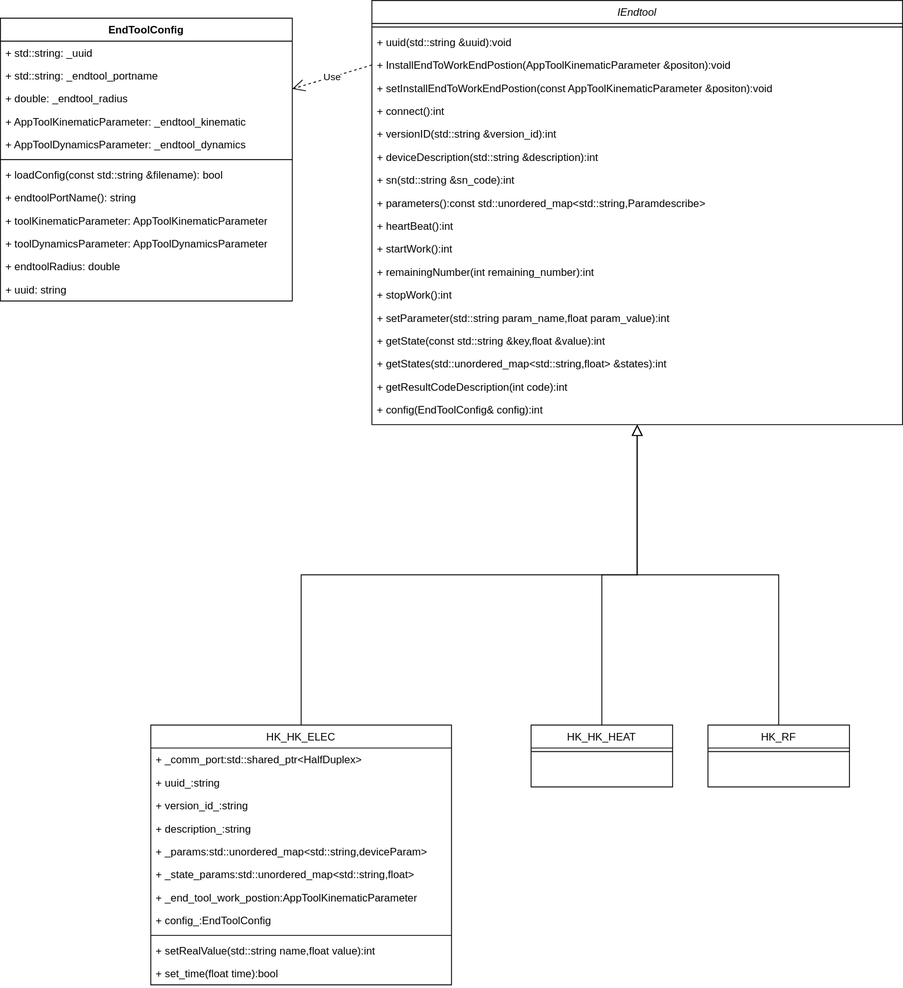
Durpe/Drawio keeps this draw.io diagram as 理疗/理疗末端rpc服务.svg. Above is the earlier version. Source tidied: cells renumbered, new cells last; positions are measured from the earlier drawing's top-left corner, leaving out a move shared by most shapes.
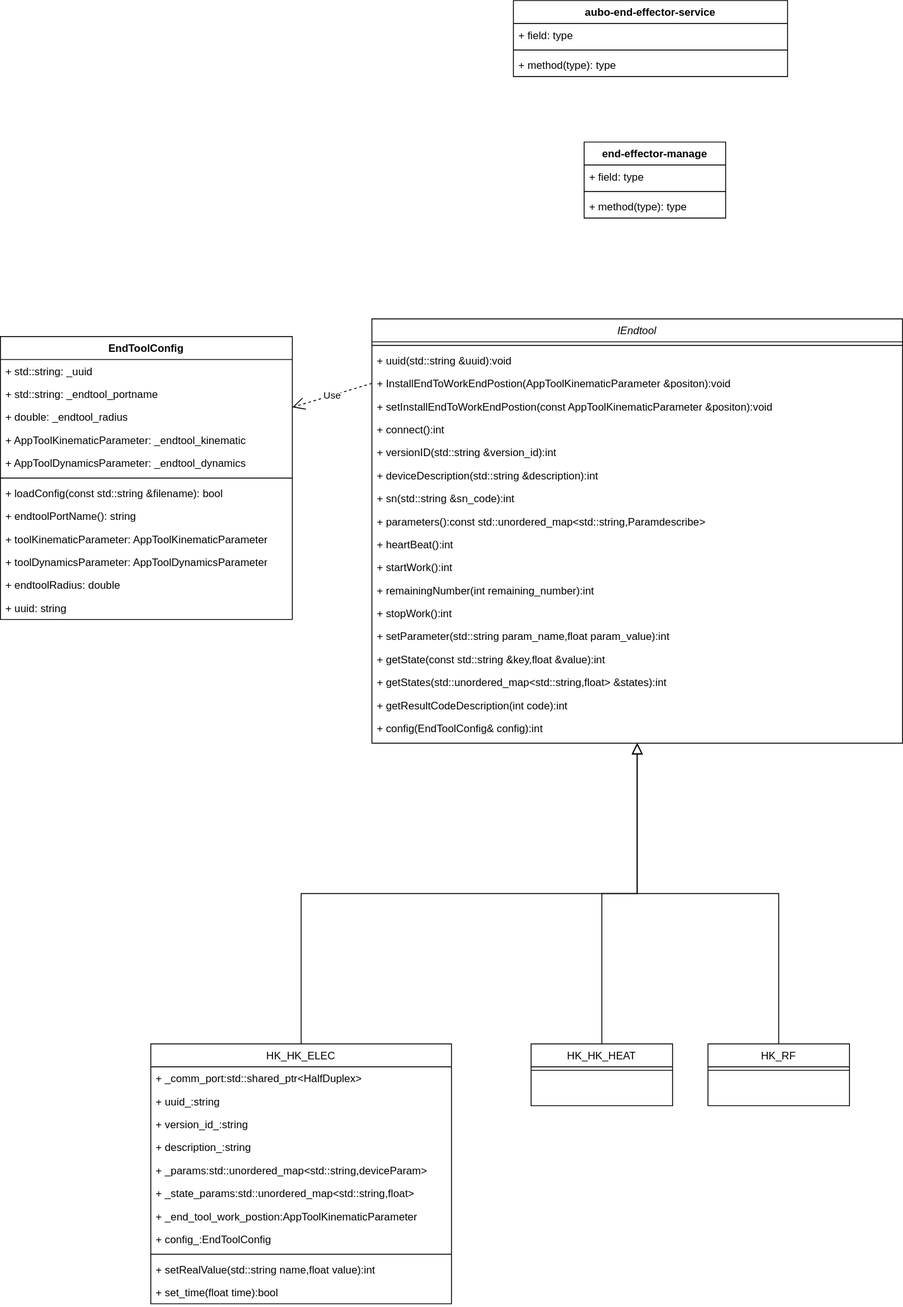
After the change.

Commit message:
更新理疗末端rpc服务.svg

The edit, as a diff of the source:
```diff
@@ -162,5 +162,29 @@
     <mxCell id="53" value="+ uuid: string" style="text;strokeColor=none;fillColor=none;align=left;verticalAlign=top;spacingLeft=4;spacingRight=4;overflow=hidden;whiteSpace=wrap;html=1;" parent="41" vertex="1">
       <mxGeometry y="294" width="330" height="26" as="geometry" />
     </mxCell>
+    <mxCell id="54" value="end-effector-manage" style="swimlane;fontStyle=1;align=center;verticalAlign=top;horizontal=1;startSize=26;whiteSpace=wrap;html=1;" parent="1" vertex="1">
+      <mxGeometry x="660" y="-200" width="160" height="86" as="geometry" />
+    </mxCell>
+    <mxCell id="55" value="+ field: type" style="text;strokeColor=none;fillColor=none;align=left;verticalAlign=top;spacingLeft=4;spacingRight=4;overflow=hidden;whiteSpace=wrap;html=1;" parent="54" vertex="1">
+      <mxGeometry y="26" width="160" height="26" as="geometry" />
+    </mxCell>
+    <mxCell id="56" style="line;strokeWidth=1;fillColor=none;align=left;verticalAlign=middle;spacingTop=-1;spacingLeft=3;spacingRight=3;labelPosition=right;strokeColor=inherit;" parent="54" vertex="1">
+      <mxGeometry y="52" width="160" height="8" as="geometry" />
+    </mxCell>
+    <mxCell id="57" value="+ method(type): type" style="text;strokeColor=none;fillColor=none;align=left;verticalAlign=top;spacingLeft=4;spacingRight=4;overflow=hidden;whiteSpace=wrap;html=1;" parent="54" vertex="1">
+      <mxGeometry y="60" width="160" height="26" as="geometry" />
+    </mxCell>
+    <mxCell id="58" value="aubo-end-effector-service" style="swimlane;fontStyle=1;align=center;verticalAlign=top;horizontal=1;startSize=26;whiteSpace=wrap;html=1;" parent="1" vertex="1">
+      <mxGeometry x="580" y="-360" width="310" height="86" as="geometry" />
+    </mxCell>
+    <mxCell id="59" value="+ field: type" style="text;strokeColor=none;fillColor=none;align=left;verticalAlign=top;spacingLeft=4;spacingRight=4;overflow=hidden;whiteSpace=wrap;html=1;" parent="58" vertex="1">
+      <mxGeometry y="26" width="310" height="26" as="geometry" />
+    </mxCell>
+    <mxCell id="60" style="line;strokeWidth=1;fillColor=none;align=left;verticalAlign=middle;spacingTop=-1;spacingLeft=3;spacingRight=3;labelPosition=right;strokeColor=inherit;" parent="58" vertex="1">
+      <mxGeometry y="52" width="310" height="8" as="geometry" />
+    </mxCell>
+    <mxCell id="61" value="+ method(type): type" style="text;strokeColor=none;fillColor=none;align=left;verticalAlign=top;spacingLeft=4;spacingRight=4;overflow=hidden;whiteSpace=wrap;html=1;" parent="58" vertex="1">
+      <mxGeometry y="60" width="310" height="26" as="geometry" />
+    </mxCell>
   </root>
 </mxGraphModel>
```
